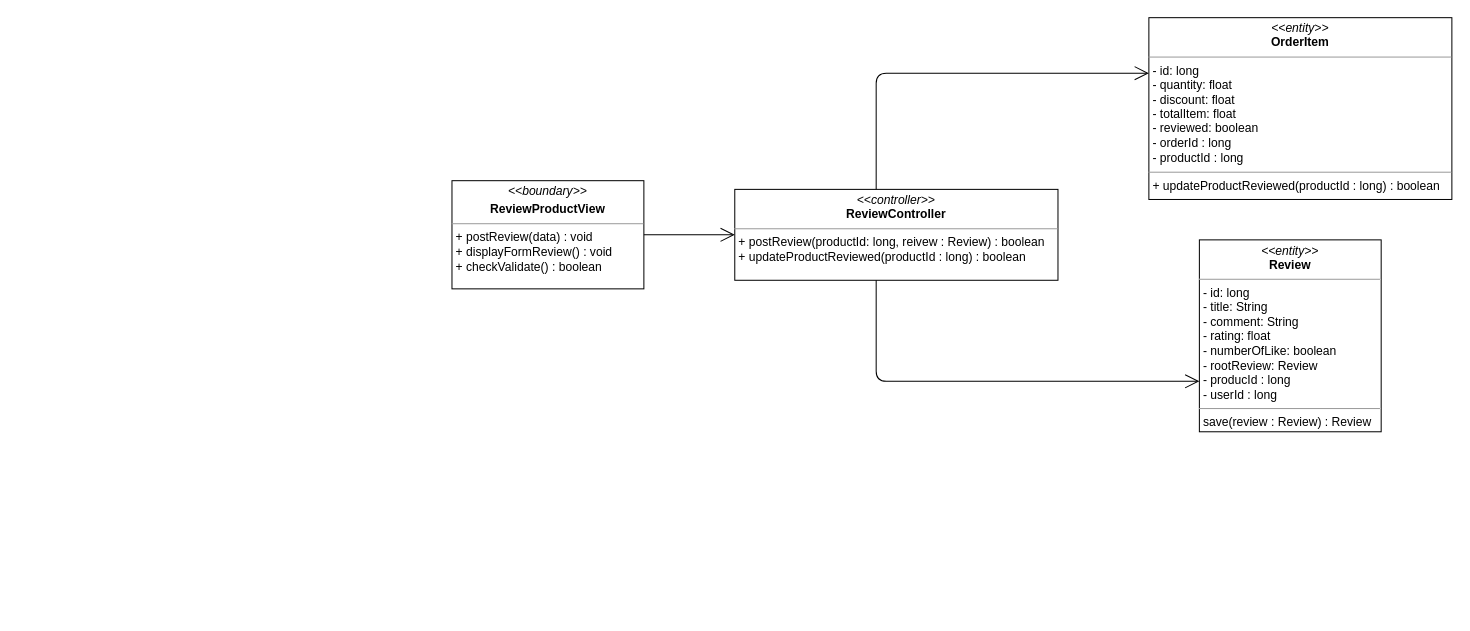
This is class diagram/review-product-class-diagram.drawio from nguyenphamvan/datn_20202, a draw.io file, before an edit. Source tidied: cells renumbered, new cells numbered last; positions are measured from the earlier drawing's top-left corner, leaving out a move shared by most shapes. Both pictures are drawn from the tidied source at 101%, with x=0, y=0 at pixel (451, 17).
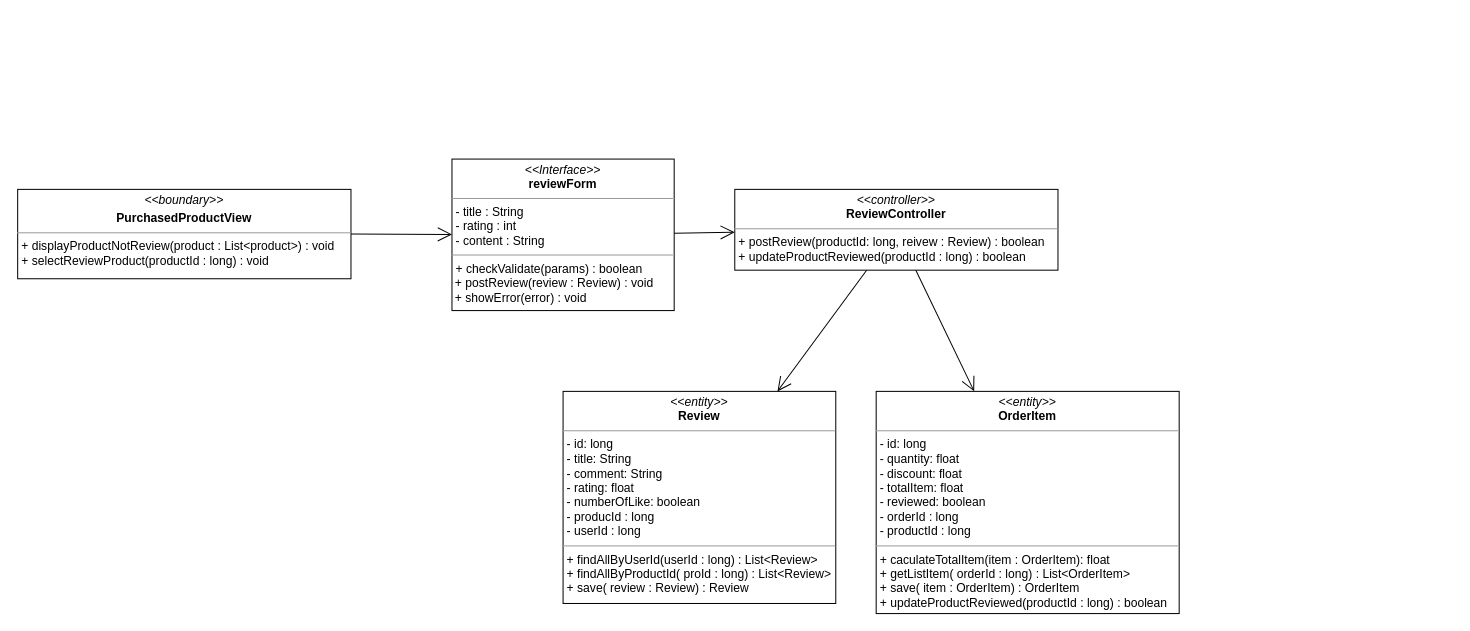
The same page after the edit.

Change to the diagram source:
```diff
@@
 <mxGraphModel>
   <root>
     <mxCell id="0" />
     <mxCell id="1" parent="0" />
-    <mxCell id="2" value="&lt;p style=&quot;margin: 0px ; margin-top: 4px ; text-align: center&quot;&gt;&lt;i&gt;&amp;lt;&amp;lt;boundary&amp;gt;&amp;gt;&lt;/i&gt;&lt;/p&gt;&lt;p style=&quot;margin: 0px ; margin-top: 4px ; text-align: center&quot;&gt;&lt;b&gt;ReviewProductView&lt;/b&gt;&lt;/p&gt;&lt;hr size=&quot;1&quot;&gt;&lt;p style=&quot;margin: 0px ; margin-left: 4px&quot;&gt;&lt;span&gt;+ postReview(data) : void&lt;/span&gt;&lt;br&gt;&lt;/p&gt;&lt;p style=&quot;margin: 0px ; margin-left: 4px&quot;&gt;&lt;span&gt;+ displayFormReview() : void&lt;/span&gt;&lt;/p&gt;&lt;p style=&quot;margin: 0px ; margin-left: 4px&quot;&gt;+ checkValidate() : boolean&lt;/p&gt;" style="verticalAlign=top;align=left;overflow=fill;fontSize=12;fontFamily=Helvetica;html=1;" parent="1" vertex="1">
-      <mxGeometry y="161.4" width="190" height="107.1" as="geometry" />
+    <mxCell id="2" value="&lt;p style=&quot;margin: 0px ; margin-top: 4px ; text-align: center&quot;&gt;&lt;i&gt;&amp;lt;&amp;lt;boundary&amp;gt;&amp;gt;&lt;/i&gt;&lt;/p&gt;&lt;p style=&quot;margin: 0px ; margin-top: 4px ; text-align: center&quot;&gt;&lt;b&gt;PurchasedProductView&lt;/b&gt;&lt;/p&gt;&lt;hr size=&quot;1&quot;&gt;&lt;p style=&quot;margin: 0px ; margin-left: 4px&quot;&gt;+ displayProductNotReview(product : List&amp;lt;product&amp;gt;) : void&lt;/p&gt;&lt;p style=&quot;margin: 0px ; margin-left: 4px&quot;&gt;&lt;span&gt;+ selectReviewProduct(productId : long) : void&lt;/span&gt;&lt;/p&gt;" style="verticalAlign=top;align=left;overflow=fill;fontSize=12;fontFamily=Helvetica;html=1;" parent="1" vertex="1">
+      <mxGeometry x="-430" y="170" width="330" height="88.5" as="geometry" />
     </mxCell>
-    <mxCell id="3" value="&lt;p style=&quot;margin: 0px ; margin-top: 4px ; text-align: center&quot;&gt;&lt;i&gt;&amp;lt;&amp;lt;entity&amp;gt;&amp;gt;&lt;/i&gt;&lt;br&gt;&lt;b&gt;OrderItem&lt;/b&gt;&lt;/p&gt;&lt;hr size=&quot;1&quot;&gt;&lt;p style=&quot;margin: 0px ; margin-left: 4px&quot;&gt;- id: long&lt;/p&gt;&lt;p style=&quot;margin: 0px ; margin-left: 4px&quot;&gt;- quantity: float&lt;br&gt;- discount: float&lt;/p&gt;&lt;p style=&quot;margin: 0px ; margin-left: 4px&quot;&gt;- totalItem: float&lt;/p&gt;&lt;p style=&quot;margin: 0px ; margin-left: 4px&quot;&gt;- reviewed: boolean&lt;/p&gt;&lt;p style=&quot;margin: 0px ; margin-left: 4px&quot;&gt;- orderId : long&lt;/p&gt;&lt;p style=&quot;margin: 0px ; margin-left: 4px&quot;&gt;- productId : long&lt;/p&gt;&lt;hr size=&quot;1&quot;&gt;&lt;p style=&quot;margin: 0px ; margin-left: 4px&quot;&gt;+ updateProductReviewed(productId : long) : boolean&lt;/p&gt;&lt;p style=&quot;margin: 0px ; margin-left: 4px&quot;&gt;&lt;br&gt;&lt;/p&gt;" style="verticalAlign=top;align=left;overflow=fill;fontSize=12;fontFamily=Helvetica;html=1;" parent="1" vertex="1">
-      <mxGeometry x="690" width="300" height="180" as="geometry" />
+    <mxCell id="3" value="&lt;p style=&quot;margin: 0px ; margin-top: 4px ; text-align: center&quot;&gt;&lt;i&gt;&amp;lt;&amp;lt;entity&amp;gt;&amp;gt;&lt;/i&gt;&lt;br&gt;&lt;b&gt;OrderItem&lt;/b&gt;&lt;/p&gt;&lt;hr size=&quot;1&quot;&gt;&lt;p style=&quot;margin: 0px ; margin-left: 4px&quot;&gt;- id: long&lt;/p&gt;&lt;p style=&quot;margin: 0px ; margin-left: 4px&quot;&gt;- quantity: float&lt;br&gt;- discount: float&lt;/p&gt;&lt;p style=&quot;margin: 0px ; margin-left: 4px&quot;&gt;- totalItem: float&lt;/p&gt;&lt;p style=&quot;margin: 0px ; margin-left: 4px&quot;&gt;- reviewed: boolean&lt;/p&gt;&lt;p style=&quot;margin: 0px ; margin-left: 4px&quot;&gt;- orderId : long&lt;/p&gt;&lt;p style=&quot;margin: 0px ; margin-left: 4px&quot;&gt;- productId : long&lt;/p&gt;&lt;hr size=&quot;1&quot;&gt;&lt;p style=&quot;margin: 0px 0px 0px 4px&quot;&gt;+ caculateTotalItem(item : OrderItem): float&lt;br&gt;&lt;/p&gt;&lt;p style=&quot;margin: 0px 0px 0px 4px&quot;&gt;+ getListItem( orderId : long) : List&amp;lt;OrderItem&amp;gt;&lt;br&gt;&lt;/p&gt;&lt;p style=&quot;margin: 0px 0px 0px 4px&quot;&gt;+ save( item : OrderItem) : OrderItem&lt;/p&gt;&lt;p style=&quot;margin: 0px 0px 0px 4px&quot;&gt;+ updateProductReviewed(productId : long) : boolean&lt;/p&gt;&lt;p style=&quot;margin: 0px ; margin-left: 4px&quot;&gt;&lt;br&gt;&lt;/p&gt;" style="verticalAlign=top;align=left;overflow=fill;fontSize=12;fontFamily=Helvetica;html=1;" parent="1" vertex="1">
+      <mxGeometry x="420" y="370" width="300" height="220" as="geometry" />
     </mxCell>
-    <mxCell id="4" style="endArrow=open;endFill=1;endSize=12;html=1;exitX=1;exitY=0.5;exitDx=0;exitDy=0;" parent="1" edge="1" source="2" target="6">
+    <mxCell id="4" style="endArrow=open;endFill=1;endSize=12;html=1;exitX=1;exitY=0.5;exitDx=0;exitDy=0;" parent="1" edge="1" source="2" target="9">
       <mxGeometry relative="1" as="geometry" />
     </mxCell>
-    <mxCell id="5" value="&lt;p style=&quot;margin: 0px ; margin-top: 4px ; text-align: center&quot;&gt;&lt;i&gt;&amp;lt;&amp;lt;entity&amp;gt;&amp;gt;&lt;/i&gt;&lt;br&gt;&lt;b&gt;Review&lt;/b&gt;&lt;/p&gt;&lt;hr size=&quot;1&quot;&gt;&lt;p style=&quot;margin: 0px ; margin-left: 4px&quot;&gt;- id: long&lt;/p&gt;&lt;p style=&quot;margin: 0px ; margin-left: 4px&quot;&gt;- title: String&lt;br&gt;- comment: String&lt;/p&gt;&lt;p style=&quot;margin: 0px ; margin-left: 4px&quot;&gt;- rating: float&lt;/p&gt;&lt;p style=&quot;margin: 0px ; margin-left: 4px&quot;&gt;- numberOfLike: boolean&lt;/p&gt;&lt;p style=&quot;margin: 0px ; margin-left: 4px&quot;&gt;- rootReview: Review&lt;/p&gt;&lt;p style=&quot;margin: 0px ; margin-left: 4px&quot;&gt;- producId : long&lt;/p&gt;&lt;p style=&quot;margin: 0px ; margin-left: 4px&quot;&gt;- userId : long&lt;/p&gt;&lt;hr size=&quot;1&quot;&gt;&lt;p style=&quot;margin: 0px ; margin-left: 4px&quot;&gt;save(review : Review) : Review&lt;/p&gt;" style="verticalAlign=top;align=left;overflow=fill;fontSize=12;fontFamily=Helvetica;html=1;" parent="1" vertex="1">
-      <mxGeometry x="740" y="220" width="180" height="190" as="geometry" />
+    <mxCell id="5" value="&lt;p style=&quot;margin: 0px ; margin-top: 4px ; text-align: center&quot;&gt;&lt;i&gt;&amp;lt;&amp;lt;entity&amp;gt;&amp;gt;&lt;/i&gt;&lt;br&gt;&lt;b&gt;Review&lt;/b&gt;&lt;/p&gt;&lt;hr size=&quot;1&quot;&gt;&lt;p style=&quot;margin: 0px ; margin-left: 4px&quot;&gt;- id: long&lt;/p&gt;&lt;p style=&quot;margin: 0px ; margin-left: 4px&quot;&gt;- title: String&lt;br&gt;- comment: String&lt;/p&gt;&lt;p style=&quot;margin: 0px ; margin-left: 4px&quot;&gt;- rating: float&lt;/p&gt;&lt;p style=&quot;margin: 0px ; margin-left: 4px&quot;&gt;- numberOfLike: boolean&lt;/p&gt;&lt;p style=&quot;margin: 0px ; margin-left: 4px&quot;&gt;- producId : long&lt;/p&gt;&lt;p style=&quot;margin: 0px ; margin-left: 4px&quot;&gt;- userId : long&lt;/p&gt;&lt;hr size=&quot;1&quot;&gt;&lt;p style=&quot;margin: 0px 0px 0px 4px&quot;&gt;+ findAllByUserId(userId : long) : List&amp;lt;Review&amp;gt;&lt;br&gt;&lt;/p&gt;&lt;p style=&quot;margin: 0px 0px 0px 4px&quot;&gt;+ findAllByProductId( proId : long) : List&amp;lt;Review&amp;gt;&lt;/p&gt;&lt;p style=&quot;margin: 0px 0px 0px 4px&quot;&gt;+ save( review : Review) : Review&lt;/p&gt;" style="verticalAlign=top;align=left;overflow=fill;fontSize=12;fontFamily=Helvetica;html=1;" parent="1" vertex="1">
+      <mxGeometry x="110" y="370" width="270" height="210" as="geometry" />
     </mxCell>
-    <mxCell id="6" value="&lt;p style=&quot;margin: 0px ; margin-top: 4px ; text-align: center&quot;&gt;&lt;i&gt;&amp;lt;&amp;lt;controller&amp;gt;&amp;gt;&lt;/i&gt;&lt;br&gt;&lt;b&gt;ReviewController&lt;/b&gt;&lt;br&gt;&lt;/p&gt;&lt;hr size=&quot;1&quot;&gt;&lt;p style=&quot;margin: 0px ; margin-left: 4px&quot;&gt;&lt;span&gt;+ postReview(productId: long, reivew : Review) : boolean&lt;/span&gt;&lt;br&gt;&lt;/p&gt;&lt;p style=&quot;margin: 0px ; margin-left: 4px&quot;&gt;&lt;span&gt;+ updateProductReviewed(productId : long) : boolean&lt;/span&gt;&lt;/p&gt;" style="verticalAlign=top;align=left;overflow=fill;fontSize=12;fontFamily=Helvetica;html=1;" parent="1" vertex="1">
-      <mxGeometry x="280" y="170" width="320" height="90" as="geometry" />
+    <mxCell id="6" value="&lt;p style=&quot;margin: 0px ; margin-top: 4px ; text-align: center&quot;&gt;&lt;i&gt;&amp;lt;&amp;lt;controller&amp;gt;&amp;gt;&lt;/i&gt;&lt;br&gt;&lt;b&gt;ReviewController&lt;/b&gt;&lt;br&gt;&lt;/p&gt;&lt;hr size=&quot;1&quot;&gt;&lt;p style=&quot;margin: 0px ; margin-left: 4px&quot;&gt;&lt;span&gt;+ postReview(productId: long, reivew : Review) : boolean&lt;/span&gt;&lt;/p&gt;&lt;p style=&quot;margin: 0px ; margin-left: 4px&quot;&gt;&lt;span&gt;+ updateProductReviewed(productId : long) : boolean&lt;/span&gt;&lt;/p&gt;" style="verticalAlign=top;align=left;overflow=fill;fontSize=12;fontFamily=Helvetica;html=1;" parent="1" vertex="1">
+      <mxGeometry x="280" y="170" width="320" height="80" as="geometry" />
     </mxCell>
-    <mxCell id="7" style="endArrow=open;endFill=1;endSize=12;html=1;strokeColor=#000000;edgeStyle=orthogonalEdgeStyle;" parent="1" edge="1" source="6" target="5">
-      <mxGeometry relative="1" as="geometry">
-        <Array as="points">
-          <mxPoint x="420" y="360" />
-          <mxPoint x="820" y="360" />
-          <mxPoint x="820" y="280" />
-        </Array>
-      </mxGeometry>
+    <mxCell id="7" style="endArrow=open;endFill=1;endSize=12;html=1;strokeColor=#000000;" parent="1" edge="1" source="6" target="5">
+      <mxGeometry relative="1" as="geometry" />
     </mxCell>
-    <mxCell id="8" style="endArrow=open;endFill=1;endSize=12;html=1;edgeStyle=orthogonalEdgeStyle;" parent="1" edge="1" source="6" target="3">
-      <mxGeometry relative="1" as="geometry">
-        <Array as="points">
-          <mxPoint x="420" y="55" />
-        </Array>
-      </mxGeometry>
+    <mxCell id="8" style="endArrow=open;endFill=1;endSize=12;html=1;" parent="1" edge="1" source="6" target="3">
+      <mxGeometry relative="1" as="geometry" />
     </mxCell>
+    <mxCell id="9" value="&lt;p style=&quot;margin: 0px ; margin-top: 4px ; text-align: center&quot;&gt;&lt;i&gt;&amp;lt;&amp;lt;Interface&amp;gt;&amp;gt;&lt;/i&gt;&lt;br&gt;&lt;b&gt;reviewForm&lt;/b&gt;&lt;/p&gt;&lt;hr size=&quot;1&quot;&gt;&lt;p style=&quot;margin: 0px ; margin-left: 4px&quot;&gt;- title : String&lt;br&gt;- rating : int&lt;/p&gt;&lt;p style=&quot;margin: 0px ; margin-left: 4px&quot;&gt;- content : String&lt;/p&gt;&lt;hr size=&quot;1&quot;&gt;&lt;p style=&quot;margin: 0px ; margin-left: 4px&quot;&gt;+ checkValidate(params) : boolean&lt;br&gt;&lt;/p&gt;&amp;nbsp;+ postReview(review : Review) : void&lt;br&gt;&amp;nbsp;+ showError(error) : void" style="verticalAlign=top;align=left;overflow=fill;fontSize=12;fontFamily=Helvetica;html=1;" parent="1" vertex="1">
+      <mxGeometry y="140" width="220" height="150" as="geometry" />
+    </mxCell>
+    <mxCell id="10" style="endArrow=open;endFill=1;endSize=12;html=1;" parent="1" edge="1" source="9" target="6">
+      <mxGeometry relative="1" as="geometry" />
+    </mxCell>
   </root>
 </mxGraphModel>
```
